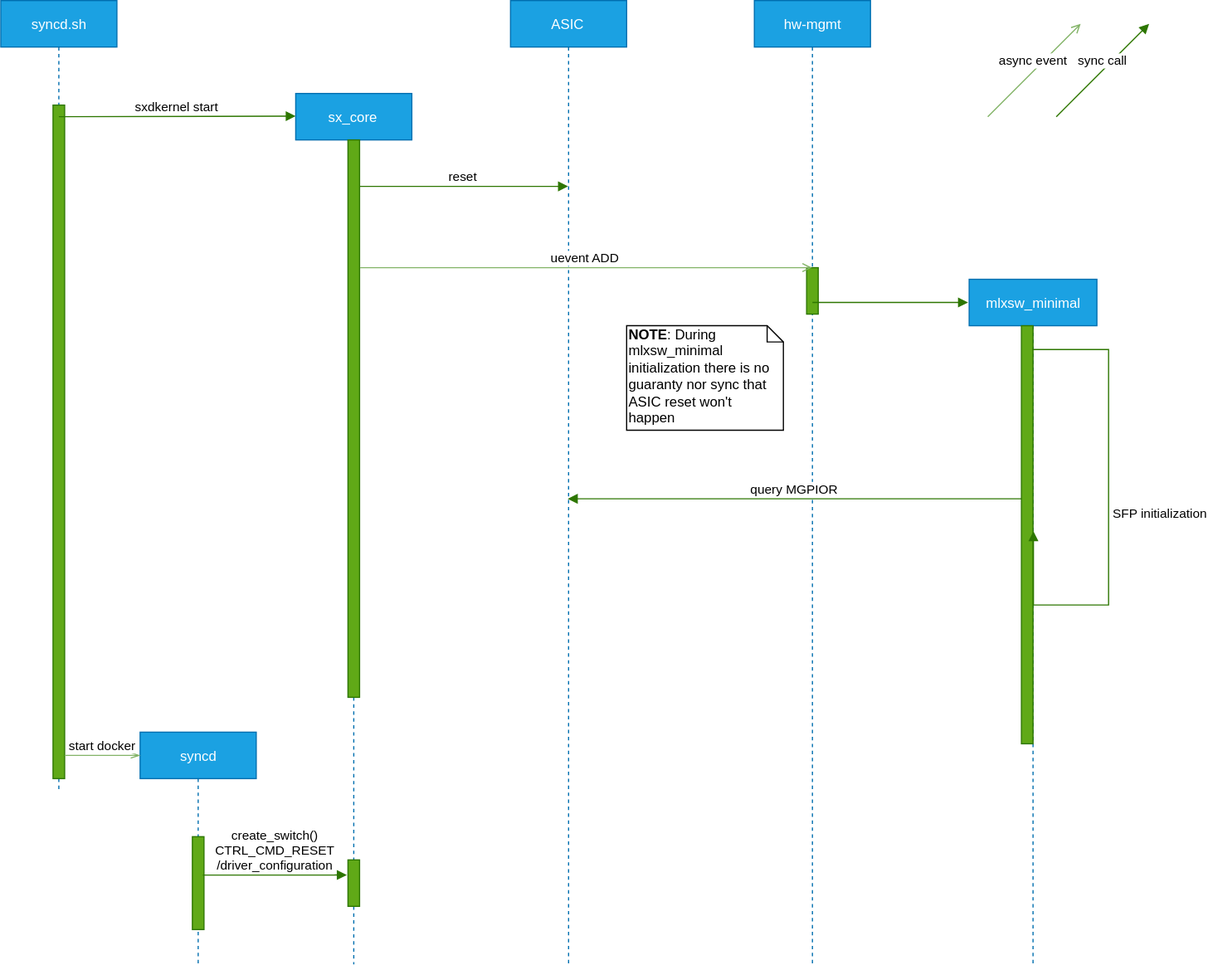
Before: doc/mlnx_only_doc/hw-mgmt-sxcore-cold-boot.svg, a diagram exported from draw.io (stepanblyschak/SONiC). Source tidied: cells renumbered, new cells last; positions are measured from the earlier drawing's top-left corner, leaving out a move shared by most shapes. The source it was exported from:
```xml
<mxGraphModel>
  <root>
    <mxCell id="0" />
    <mxCell id="1" parent="0" />
    <mxCell id="2" value="syncd.sh" style="shape=umlLifeline;perimeter=lifelinePerimeter;whiteSpace=wrap;html=1;fillColor=#1ba1e2;strokeColor=#006EAF;fontColor=#ffffff;" parent="1" vertex="1">
      <mxGeometry width="100" height="680" as="geometry" />
    </mxCell>
    <mxCell id="3" style="html=1;points=[];perimeter=orthogonalPerimeter;fillColor=#60a917;strokeColor=#2D7600;fontColor=#ffffff;" parent="2" vertex="1">
      <mxGeometry x="45" y="90" width="10" height="580" as="geometry" />
    </mxCell>
    <mxCell id="4" value="sxdkernel start" style="html=1;verticalAlign=bottom;endArrow=block;entryX=0;entryY=0.026;entryDx=0;entryDy=0;entryPerimeter=0;fillColor=#60a917;strokeColor=#2D7600;" parent="2" edge="1" target="8">
      <mxGeometry relative="1" as="geometry">
        <mxPoint x="50" y="100" as="sourcePoint" />
      </mxGeometry>
    </mxCell>
    <mxCell id="5" value="ASIC" style="shape=umlLifeline;perimeter=lifelinePerimeter;whiteSpace=wrap;html=1;outlineConnect=0;fillColor=#1ba1e2;strokeColor=#006EAF;fontColor=#ffffff;" parent="1" vertex="1">
      <mxGeometry x="439" width="100" height="830" as="geometry" />
    </mxCell>
    <mxCell id="6" value="hw-mgmt" style="shape=umlLifeline;perimeter=lifelinePerimeter;whiteSpace=wrap;html=1;outlineConnect=0;fillColor=#1ba1e2;strokeColor=#006EAF;fontColor=#ffffff;" parent="1" vertex="1">
      <mxGeometry x="649" width="100" height="830" as="geometry" />
    </mxCell>
    <mxCell id="7" style="html=1;perimeter=orthogonalPerimeter;fillColor=#60a917;strokeColor=#2D7600;fontColor=#ffffff;" parent="6" vertex="1">
      <mxGeometry x="45" y="230" width="10" height="40" as="geometry" />
    </mxCell>
    <mxCell id="8" value="sx_core" style="shape=umlLifeline;perimeter=lifelinePerimeter;whiteSpace=wrap;html=1;outlineConnect=0;fillColor=#1ba1e2;strokeColor=#006EAF;fontColor=#ffffff;" parent="1" vertex="1">
      <mxGeometry x="254" y="80" width="100" height="750" as="geometry" />
    </mxCell>
    <mxCell id="9" style="html=1;points=[];perimeter=orthogonalPerimeter;fillColor=#60a917;strokeColor=#2D7600;fontColor=#ffffff;" parent="8" vertex="1">
      <mxGeometry x="45" y="40" width="10" height="480" as="geometry" />
    </mxCell>
    <mxCell id="10" style="html=1;perimeter=orthogonalPerimeter;fillColor=#60a917;strokeColor=#2D7600;fontColor=#ffffff;" parent="8" vertex="1">
      <mxGeometry x="45" y="660" width="10" height="40" as="geometry" />
    </mxCell>
    <mxCell id="11" value="reset" style="html=1;verticalAlign=bottom;endArrow=block;fillColor=#60a917;strokeColor=#2D7600;" parent="1" edge="1" target="5">
      <mxGeometry relative="1" as="geometry">
        <mxPoint x="309" y="160" as="sourcePoint" />
      </mxGeometry>
    </mxCell>
    <mxCell id="12" value="mlxsw_minimal" style="shape=umlLifeline;perimeter=lifelinePerimeter;whiteSpace=wrap;html=1;outlineConnect=0;fillColor=#1ba1e2;strokeColor=#006EAF;fontColor=#ffffff;" parent="1" vertex="1">
      <mxGeometry x="834" y="240" width="110" height="590" as="geometry" />
    </mxCell>
    <mxCell id="13" style="html=1;points=[];perimeter=orthogonalPerimeter;fillColor=#60a917;strokeColor=#2D7600;fontColor=#ffffff;" parent="12" vertex="1">
      <mxGeometry x="45" y="40" width="10" height="360" as="geometry" />
    </mxCell>
    <mxCell id="14" value="uevent ADD" style="html=1;verticalAlign=bottom;endArrow=open;endFill=0;fillColor=#d5e8d4;strokeColor=#82b366;" parent="1" edge="1" target="6">
      <mxGeometry relative="1" as="geometry">
        <mxPoint x="309.5" y="230" as="sourcePoint" />
      </mxGeometry>
    </mxCell>
    <mxCell id="15" style="html=1;verticalAlign=bottom;endArrow=block;fillColor=#60a917;strokeColor=#2D7600;" parent="1" edge="1">
      <mxGeometry relative="1" as="geometry">
        <mxPoint x="699" y="260" as="sourcePoint" />
        <mxPoint x="833" y="260" as="targetPoint" />
      </mxGeometry>
    </mxCell>
    <mxCell id="16" value="SFP initialization" style="edgeStyle=orthogonalEdgeStyle;html=1;align=left;spacingLeft=2;endArrow=block;rounded=0;entryX=0.502;entryY=0.368;entryDx=0;entryDy=0;entryPerimeter=0;fillColor=#60a917;strokeColor=#2D7600;" parent="1" edge="1" source="12" target="12">
      <mxGeometry relative="1" as="geometry">
        <Array as="points">
          <mxPoint x="954" y="300" />
          <mxPoint x="954" y="520" />
        </Array>
      </mxGeometry>
    </mxCell>
    <mxCell id="17" value="query MGPIOR" style="html=1;verticalAlign=bottom;endArrow=block;exitX=0;exitY=0.414;exitDx=0;exitDy=0;exitPerimeter=0;fillColor=#60a917;strokeColor=#2D7600;" parent="1" edge="1" source="13" target="5">
      <mxGeometry relative="1" as="geometry" />
    </mxCell>
    <mxCell id="18" value="&lt;b&gt;NOTE&lt;/b&gt;: During mlxsw_minimal initialization there is no guaranty nor sync that ASIC reset won't happen" style="shape=note;whiteSpace=wrap;html=1;size=14;verticalAlign=top;align=left;spacingTop=-6;" parent="1" vertex="1">
      <mxGeometry x="539" y="280" width="135" height="90" as="geometry" />
    </mxCell>
    <mxCell id="19" value="syncd" style="shape=umlLifeline;perimeter=lifelinePerimeter;whiteSpace=wrap;html=1;outlineConnect=0;fillColor=#1ba1e2;strokeColor=#006EAF;fontColor=#ffffff;" parent="1" vertex="1">
      <mxGeometry x="120" y="630" width="100" height="200" as="geometry" />
    </mxCell>
    <mxCell id="20" style="html=1;points=[];perimeter=orthogonalPerimeter;fillColor=#60a917;strokeColor=#2D7600;fontColor=#ffffff;" parent="19" vertex="1">
      <mxGeometry x="45" y="90" width="10" height="80" as="geometry" />
    </mxCell>
    <mxCell id="21" value="create_switch()&lt;br&gt;CTRL_CMD_RESET&lt;br&gt;/driver_configuration" style="html=1;verticalAlign=bottom;endArrow=block;exitX=0.9;exitY=0.413;exitDx=0;exitDy=0;exitPerimeter=0;fillColor=#60a917;strokeColor=#2D7600;" parent="1" edge="1" source="20">
      <mxGeometry relative="1" as="geometry">
        <mxPoint x="298" y="753" as="targetPoint" />
      </mxGeometry>
    </mxCell>
    <mxCell id="22" value="async event" style="html=1;verticalAlign=bottom;endArrow=open;endFill=0;fillColor=#d5e8d4;strokeColor=#82b366;" parent="1" edge="1">
      <mxGeometry relative="1" as="geometry">
        <mxPoint x="850" y="100" as="sourcePoint" />
        <mxPoint x="930" y="20" as="targetPoint" />
      </mxGeometry>
    </mxCell>
    <mxCell id="23" value="sync call" style="html=1;verticalAlign=bottom;endArrow=block;fillColor=#60a917;strokeColor=#2D7600;" parent="1" edge="1">
      <mxGeometry relative="1" as="geometry">
        <mxPoint x="909" y="100" as="sourcePoint" />
        <mxPoint x="989" y="20" as="targetPoint" />
      </mxGeometry>
    </mxCell>
    <mxCell id="24" value="start docker" style="html=1;verticalAlign=bottom;endArrow=openThin;entryX=0;entryY=0.1;entryDx=0;entryDy=0;entryPerimeter=0;endFill=0;fillColor=#d5e8d4;strokeColor=#82b366;" parent="1" edge="1" source="3" target="19">
      <mxGeometry relative="1" as="geometry" />
    </mxCell>
  </root>
</mxGraphModel>
```
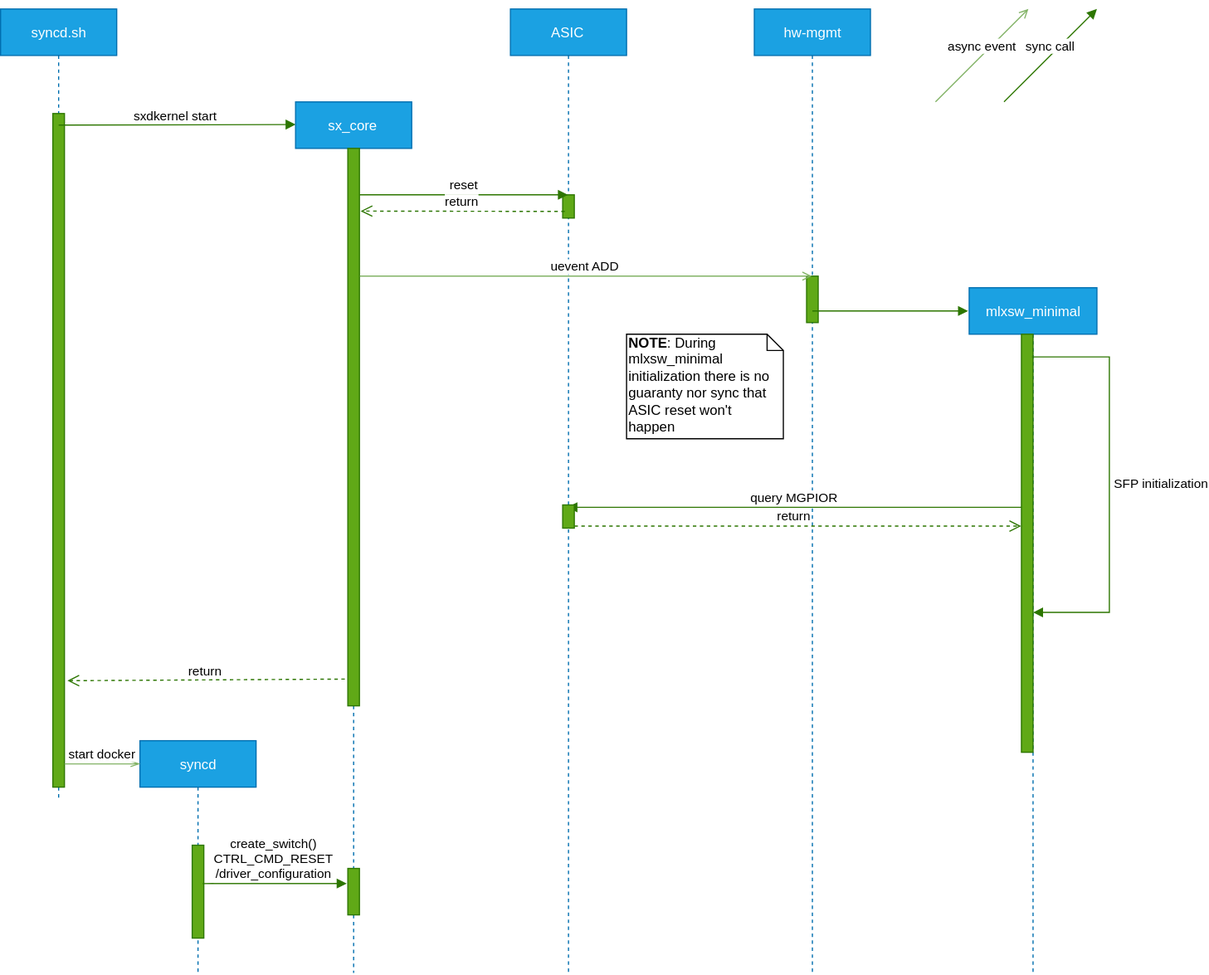
The same diagram one commit later.

Diff of the diagram source:
```diff
@@ -16,6 +16,9 @@
     <mxCell id="5" value="ASIC" style="shape=umlLifeline;perimeter=lifelinePerimeter;whiteSpace=wrap;html=1;outlineConnect=0;fillColor=#1ba1e2;strokeColor=#006EAF;fontColor=#ffffff;" parent="1" vertex="1">
       <mxGeometry x="439" width="100" height="830" as="geometry" />
     </mxCell>
+    <mxCell id="25" style="html=1;perimeter=orthogonalPerimeter;fillColor=#60a917;strokeColor=#2D7600;fontColor=#ffffff;" parent="5" vertex="1">
+      <mxGeometry x="45" y="160" width="10" height="20" as="geometry" />
+    </mxCell>
     <mxCell id="6" value="hw-mgmt" style="shape=umlLifeline;perimeter=lifelinePerimeter;whiteSpace=wrap;html=1;outlineConnect=0;fillColor=#1ba1e2;strokeColor=#006EAF;fontColor=#ffffff;" parent="1" vertex="1">
       <mxGeometry x="649" width="100" height="830" as="geometry" />
     </mxCell>
@@ -53,8 +56,9 @@
         <mxPoint x="833" y="260" as="targetPoint" />
       </mxGeometry>
     </mxCell>
-    <mxCell id="16" value="SFP initialization" style="edgeStyle=orthogonalEdgeStyle;html=1;align=left;spacingLeft=2;endArrow=block;rounded=0;entryX=0.502;entryY=0.368;entryDx=0;entryDy=0;entryPerimeter=0;fillColor=#60a917;strokeColor=#2D7600;" parent="1" edge="1" source="12" target="12">
+    <mxCell id="16" value="SFP initialization" style="edgeStyle=orthogonalEdgeStyle;html=1;align=left;spacingLeft=2;endArrow=block;rounded=0;fillColor=#60a917;strokeColor=#2D7600;" parent="1" edge="1" source="12">
       <mxGeometry relative="1" as="geometry">
+        <mxPoint x="889" y="520" as="targetPoint" />
         <Array as="points">
           <mxPoint x="954" y="300" />
           <mxPoint x="954" y="520" />
@@ -80,18 +84,32 @@
     </mxCell>
     <mxCell id="22" value="async event" style="html=1;verticalAlign=bottom;endArrow=open;endFill=0;fillColor=#d5e8d4;strokeColor=#82b366;" parent="1" edge="1">
       <mxGeometry relative="1" as="geometry">
-        <mxPoint x="850" y="100" as="sourcePoint" />
-        <mxPoint x="930" y="20" as="targetPoint" />
+        <mxPoint x="805" y="80" as="sourcePoint" />
+        <mxPoint x="885" as="targetPoint" />
       </mxGeometry>
     </mxCell>
     <mxCell id="23" value="sync call" style="html=1;verticalAlign=bottom;endArrow=block;fillColor=#60a917;strokeColor=#2D7600;" parent="1" edge="1">
       <mxGeometry relative="1" as="geometry">
-        <mxPoint x="909" y="100" as="sourcePoint" />
-        <mxPoint x="989" y="20" as="targetPoint" />
+        <mxPoint x="864" y="80" as="sourcePoint" />
+        <mxPoint x="944" as="targetPoint" />
       </mxGeometry>
     </mxCell>
     <mxCell id="24" value="start docker" style="html=1;verticalAlign=bottom;endArrow=openThin;entryX=0;entryY=0.1;entryDx=0;entryDy=0;entryPerimeter=0;endFill=0;fillColor=#d5e8d4;strokeColor=#82b366;" parent="1" edge="1" source="3" target="19">
       <mxGeometry relative="1" as="geometry" />
     </mxCell>
+    <mxCell id="26" value="return" style="html=1;verticalAlign=bottom;endArrow=open;dashed=1;endSize=8;exitX=-0.259;exitY=0.952;exitDx=0;exitDy=0;exitPerimeter=0;entryX=1.259;entryY=0.842;entryDx=0;entryDy=0;entryPerimeter=0;fillColor=#60a917;strokeColor=#2D7600;" parent="1" edge="1" source="9" target="3">
+      <mxGeometry relative="1" as="geometry" />
+    </mxCell>
+    <mxCell id="27" value="return" style="html=1;verticalAlign=bottom;endArrow=open;dashed=1;endSize=8;exitX=0.468;exitY=0.21;exitDx=0;exitDy=0;exitPerimeter=0;fillColor=#60a917;strokeColor=#2D7600;" parent="1" edge="1" source="5">
+      <mxGeometry relative="1" as="geometry">
+        <mxPoint x="310" y="174" as="targetPoint" />
+      </mxGeometry>
+    </mxCell>
+    <mxCell id="28" value="return" style="html=1;verticalAlign=bottom;endArrow=open;dashed=1;endSize=8;fillColor=#60a917;strokeColor=#2D7600;entryX=-0.024;entryY=0.459;entryDx=0;entryDy=0;entryPerimeter=0;" parent="1" edge="1" source="5" target="13">
+      <mxGeometry relative="1" as="geometry" />
+    </mxCell>
+    <mxCell id="29" style="html=1;perimeter=orthogonalPerimeter;fillColor=#60a917;strokeColor=#2D7600;fontColor=#ffffff;" parent="1" vertex="1">
+      <mxGeometry x="484" y="427" width="10" height="20" as="geometry" />
+    </mxCell>
   </root>
 </mxGraphModel>
```
